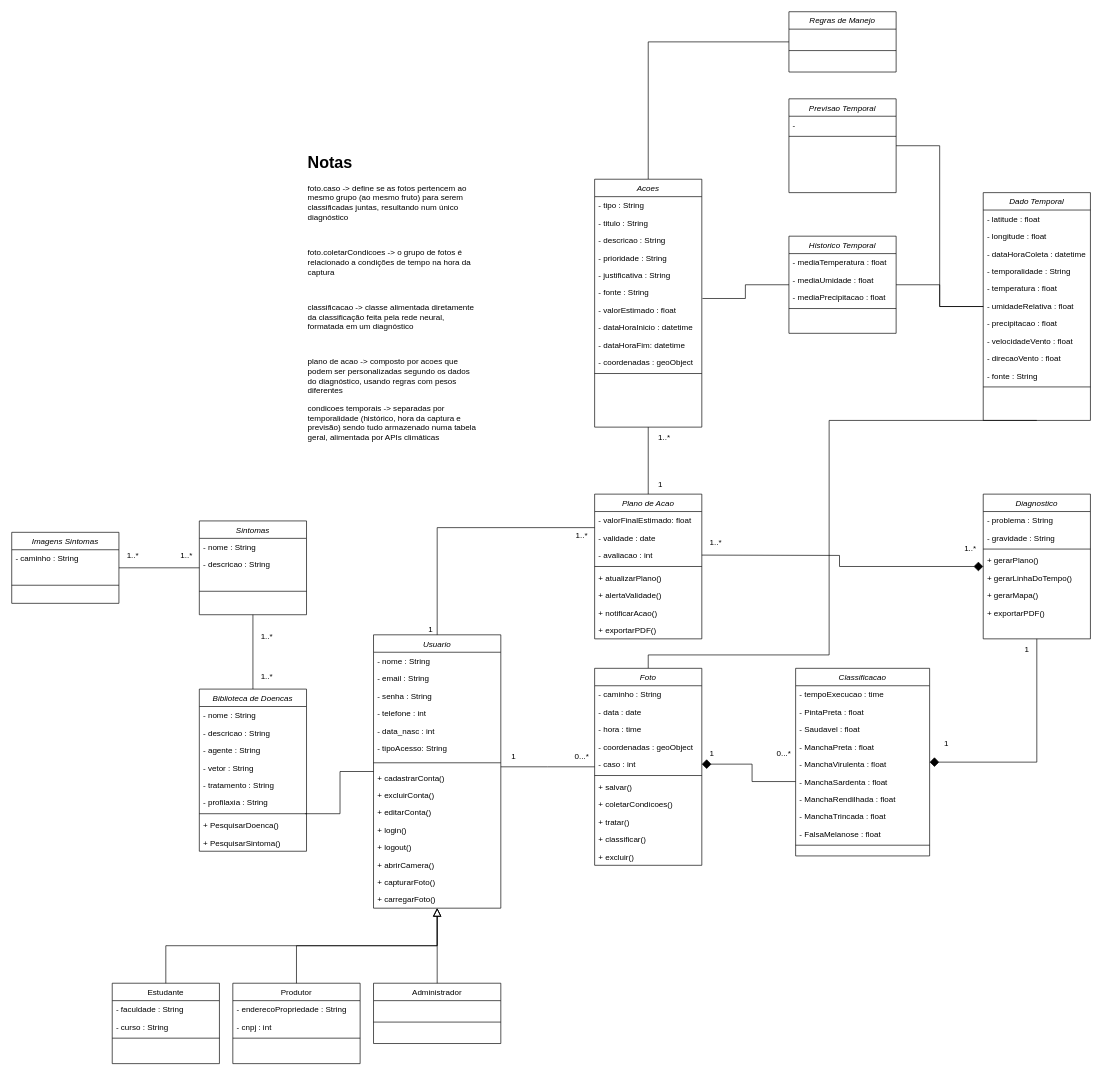
The draw.io diagram uml/classes_blackspot.drawio in guilhermexmada/pi-ponskan, before the edit. Source tidied: cells renumbered, new cells numbered last; positions are measured from the earlier drawing's top-left corner, leaving out a move shared by most shapes. Both pictures are drawn from the tidied source at 67%, with x=0, y=0 at pixel (11, 11).
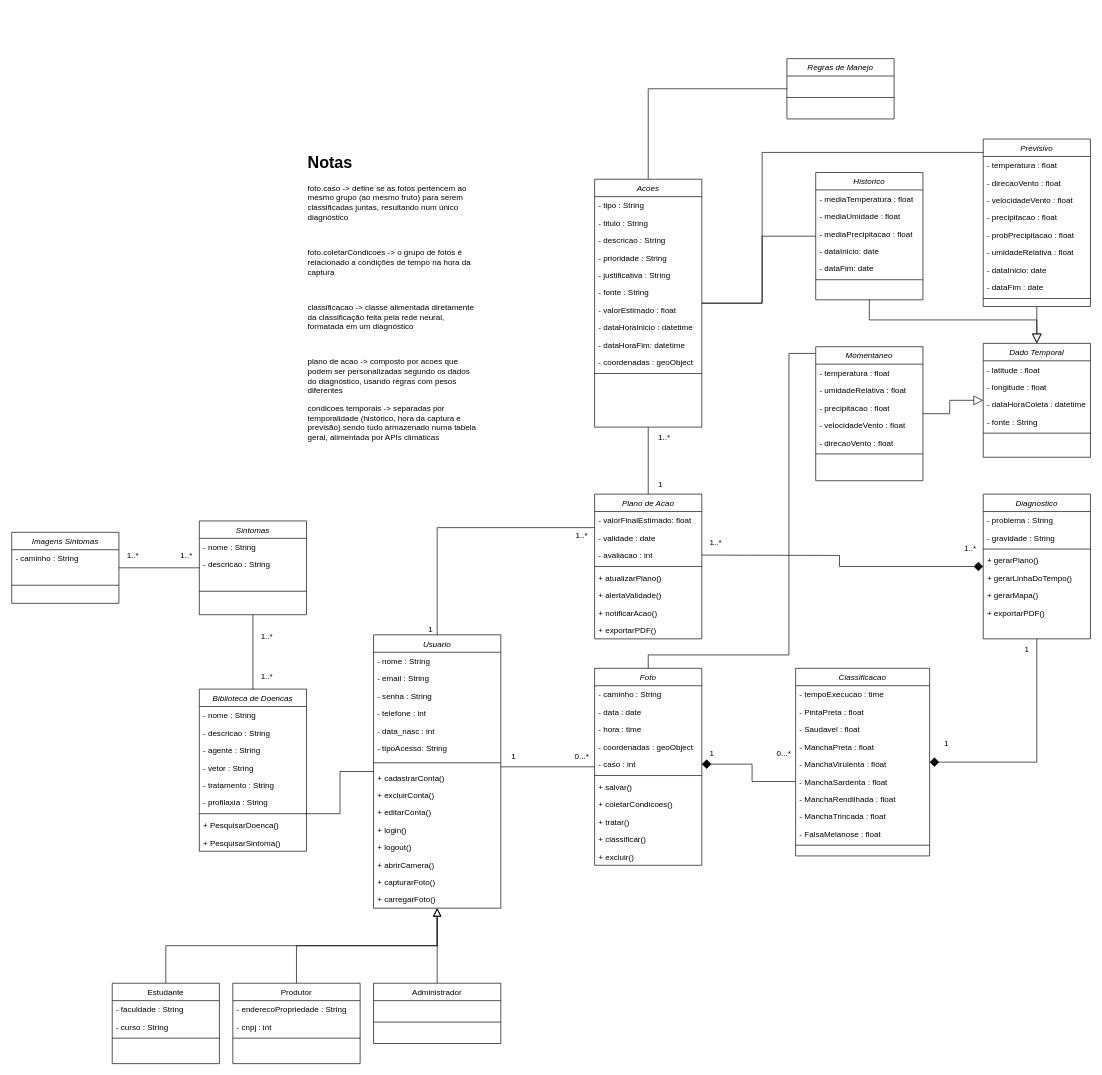
The same page after the edit.

The change refers to these unchanged cells:
```xml
<mxCell id="29" value="Foto" style="swimlane;fontStyle=2;align=center;verticalAlign=top;horizontal=1;startSize=26;rounded=0;shadow=0;strokeWidth=1;" parent="1" vertex="1">
  <mxGeometry x="870" y="980" width="160" height="294" as="geometry" />
</mxCell>
<mxCell id="86" value="Acoes" style="swimlane;fontStyle=2;align=center;verticalAlign=top;horizontal=1;startSize=26;rounded=0;shadow=0;strokeWidth=1;" parent="1" vertex="1">
  <mxGeometry x="870" y="250" width="160" height="370" as="geometry" />
</mxCell>
<mxCell id="92" value="- fonte : String" style="text;align=left;verticalAlign=top;spacingLeft=4;spacingRight=4;overflow=hidden;points=[[0,0.5],[1,0.5]];portConstraint=eastwest;" parent="86" vertex="1">
  <mxGeometry y="156" width="160" height="26" as="geometry" />
</mxCell>
```

Change to the diagram source:
```diff
@@
-    <mxCell id="28" style="edgeStyle=orthogonalEdgeStyle;rounded=0;jettySize=auto;html=1;entryX=0.5;entryY=1;entryDx=0;entryDy=0;endArrow=none;endFill=0;" parent="1" edge="1" source="29" target="99">
+    <mxCell id="28" style="edgeStyle=orthogonalEdgeStyle;rounded=0;jettySize=auto;html=1;endArrow=none;endFill=0;" parent="1" edge="1" source="29" target="166">
       <mxGeometry relative="1" as="geometry">
         <Array as="points">
           <mxPoint x="950" y="960" />
-          <mxPoint x="1220" y="960" />
+          <mxPoint x="1160" y="960" />
+          <mxPoint x="1160" y="510" />
         </Array>
       </mxGeometry>
     </mxCell>
@@
+    <mxCell id="153" style="edgeStyle=orthogonalEdgeStyle;rounded=0;jettySize=auto;html=1;endArrow=none;endFill=0;" parent="1" edge="1" source="86" target="162">
+      <mxGeometry relative="1" as="geometry">
+        <Array as="points">
+          <mxPoint x="1120" y="435" />
+          <mxPoint x="1120" y="335" />
+        </Array>
+      </mxGeometry>
+    </mxCell>
@@
-    <mxCell id="98" style="edgeStyle=orthogonalEdgeStyle;rounded=0;jettySize=auto;html=1;endArrow=none;endFill=0;" parent="1" edge="1" source="99" target="150">
-      <mxGeometry relative="1" as="geometry" />
-    </mxCell>
+    <mxCell id="154" style="edgeStyle=orthogonalEdgeStyle;rounded=0;jettySize=auto;html=1;endArrow=none;endFill=0;startArrow=block;startFill=0;strokeWidth=1;startSize=12;" parent="1" edge="1" source="99" target="166">
+      <mxGeometry relative="1" as="geometry" />
+    </mxCell>
     <mxCell id="99" value="Dado Temporal" style="swimlane;fontStyle=2;align=center;verticalAlign=top;horizontal=1;startSize=26;rounded=0;shadow=0;strokeWidth=1;" parent="1" vertex="1">
-      <mxGeometry x="1450" y="270" width="160" height="340" as="geometry" />
+      <mxGeometry x="1450" y="495" width="160" height="170" as="geometry" />
     </mxCell>
@@
-    <mxCell id="103" value="- temporalidade : String" style="text;align=left;verticalAlign=top;spacingLeft=4;spacingRight=4;overflow=hidden;" parent="99" vertex="1">
-      <mxGeometry y="104" width="160" height="26" as="geometry" />
-    </mxCell>
-    <mxCell id="104" value="- temperatura : float" style="text;align=left;verticalAlign=top;spacingLeft=4;spacingRight=4;overflow=hidden;" parent="99" vertex="1">
-      <mxGeometry y="130" width="160" height="26" as="geometry" />
-    </mxCell>
-    <mxCell id="105" value="- umidadeRelativa : float" style="text;align=left;verticalAlign=top;spacingLeft=4;spacingRight=4;overflow=hidden;" parent="99" vertex="1">
-      <mxGeometry y="156" width="160" height="26" as="geometry" />
-    </mxCell>
-    <mxCell id="106" value="- precipitacao : float" style="text;align=left;verticalAlign=top;spacingLeft=4;spacingRight=4;overflow=hidden;" parent="99" vertex="1">
-      <mxGeometry y="182" width="160" height="26" as="geometry" />
-    </mxCell>
-    <mxCell id="107" value="- velocidadeVento : float" style="text;align=left;verticalAlign=top;spacingLeft=4;spacingRight=4;overflow=hidden;" parent="99" vertex="1">
-      <mxGeometry y="208" width="160" height="26" as="geometry" />
-    </mxCell>
-    <mxCell id="108" value="- direcaoVento : float" style="text;align=left;verticalAlign=top;spacingLeft=4;spacingRight=4;overflow=hidden;" parent="99" vertex="1">
-      <mxGeometry y="234" width="160" height="26" as="geometry" />
-    </mxCell>
     <mxCell id="109" value="- fonte : String" style="text;align=left;verticalAlign=top;spacingLeft=4;spacingRight=4;overflow=hidden;" parent="99" vertex="1">
-      <mxGeometry y="260" width="160" height="26" as="geometry" />
+      <mxGeometry y="104" width="160" height="26" as="geometry" />
     </mxCell>
     <mxCell id="110" style="line;html=1;strokeWidth=1;align=left;verticalAlign=middle;spacingTop=-1;spacingLeft=3;spacingRight=3;labelPosition=right;" parent="99" vertex="1">
-      <mxGeometry y="286" width="160" height="8" as="geometry" />
+      <mxGeometry y="130" width="160" height="8" as="geometry" />
     </mxCell>
-    <mxCell id="111" style="edgeStyle=orthogonalEdgeStyle;rounded=0;jettySize=auto;html=1;entryX=1.006;entryY=0.846;entryDx=0;entryDy=0;entryPerimeter=0;endArrow=none;endFill=0;" parent="1" edge="1" source="145" target="92">
-      <mxGeometry relative="1" as="geometry" />
-    </mxCell>
@@
     <mxCell id="114" value="Regras de Manejo" style="swimlane;fontStyle=2;align=center;verticalAlign=top;horizontal=1;startSize=26;rounded=0;shadow=0;strokeWidth=1;" parent="1" vertex="1">
-      <mxGeometry x="1160" width="160" height="90" as="geometry" />
+      <mxGeometry x="1157" y="70" width="160" height="90" as="geometry" />
     </mxCell>
@@
-    <mxCell id="144" style="edgeStyle=orthogonalEdgeStyle;rounded=0;jettySize=auto;html=1;endArrow=none;endFill=0;" parent="1" edge="1" source="145" target="99">
-      <mxGeometry relative="1" as="geometry" />
-    </mxCell>
-    <mxCell id="145" value="Historico Temporal" style="swimlane;fontStyle=2;align=center;verticalAlign=top;horizontal=1;startSize=26;rounded=0;shadow=0;strokeWidth=1;" parent="1" vertex="1">
-      <mxGeometry x="1160" y="335" width="160" height="145" as="geometry" />
-    </mxCell>
+    <mxCell id="150" value="Previsivo" style="swimlane;fontStyle=2;align=center;verticalAlign=top;horizontal=1;startSize=26;rounded=0;shadow=0;strokeWidth=1;" parent="1" vertex="1">
+      <mxGeometry x="1450" y="190" width="160" height="250" as="geometry" />
+    </mxCell>
+    <mxCell id="155" value="- temperatura : float" style="text;align=left;verticalAlign=top;spacingLeft=4;spacingRight=4;overflow=hidden;" parent="150" vertex="1">
+      <mxGeometry y="26" width="160" height="26" as="geometry" />
+    </mxCell>
+    <mxCell id="156" value="- direcaoVento : float" style="text;align=left;verticalAlign=top;spacingLeft=4;spacingRight=4;overflow=hidden;" parent="150" vertex="1">
+      <mxGeometry y="52" width="160" height="26" as="geometry" />
+    </mxCell>
+    <mxCell id="157" value="- velocidadeVento : float" style="text;align=left;verticalAlign=top;spacingLeft=4;spacingRight=4;overflow=hidden;" parent="150" vertex="1">
+      <mxGeometry y="78" width="160" height="26" as="geometry" />
+    </mxCell>
+    <mxCell id="158" value="- precipitacao : float" style="text;align=left;verticalAlign=top;spacingLeft=4;spacingRight=4;overflow=hidden;" parent="150" vertex="1">
+      <mxGeometry y="104" width="160" height="26" as="geometry" />
+    </mxCell>
+    <mxCell id="159" value="- probPrecipitacao : float" style="text;align=left;verticalAlign=top;spacingLeft=4;spacingRight=4;overflow=hidden;" parent="150" vertex="1">
+      <mxGeometry y="130" width="160" height="26" as="geometry" />
+    </mxCell>
+    <mxCell id="105" value="- umidadeRelativa : float" style="text;align=left;verticalAlign=top;spacingLeft=4;spacingRight=4;overflow=hidden;" parent="150" vertex="1">
+      <mxGeometry y="156" width="160" height="26" as="geometry" />
+    </mxCell>
+    <mxCell id="160" value="- dataInicio: date" style="text;align=left;verticalAlign=top;spacingLeft=4;spacingRight=4;overflow=hidden;" parent="150" vertex="1">
+      <mxGeometry y="182" width="160" height="26" as="geometry" />
+    </mxCell>
+    <mxCell id="161" value="- dataFim : date" style="text;align=left;verticalAlign=top;spacingLeft=4;spacingRight=4;overflow=hidden;" parent="150" vertex="1">
+      <mxGeometry y="208" width="160" height="26" as="geometry" />
+    </mxCell>
+    <mxCell id="152" style="line;html=1;strokeWidth=1;align=left;verticalAlign=middle;spacingTop=-1;spacingLeft=3;spacingRight=3;labelPosition=right;" parent="150" vertex="1">
+      <mxGeometry y="234" width="160" height="8" as="geometry" />
+    </mxCell>
+    <mxCell id="162" value="Historico" style="swimlane;fontStyle=2;align=center;verticalAlign=top;horizontal=1;startSize=26;rounded=0;shadow=0;strokeWidth=1;" parent="1" vertex="1">
+      <mxGeometry x="1200" y="240" width="160" height="190" as="geometry" />
+    </mxCell>
-    <mxCell id="146" value="- mediaTemperatura : float" style="text;align=left;verticalAlign=top;spacingLeft=4;spacingRight=4;overflow=hidden;" parent="145" vertex="1">
+    <mxCell id="146" value="- mediaTemperatura : float" style="text;align=left;verticalAlign=top;spacingLeft=4;spacingRight=4;overflow=hidden;" parent="162" vertex="1">
       <mxGeometry y="26" width="160" height="26" as="geometry" />
     </mxCell>
-    <mxCell id="147" value="- mediaUmidade : float" style="text;align=left;verticalAlign=top;spacingLeft=4;spacingRight=4;overflow=hidden;" parent="145" vertex="1">
+    <mxCell id="147" value="- mediaUmidade : float" style="text;align=left;verticalAlign=top;spacingLeft=4;spacingRight=4;overflow=hidden;" parent="162" vertex="1">
       <mxGeometry y="52" width="160" height="26" as="geometry" />
     </mxCell>
-    <mxCell id="148" value="- mediaPrecipitacao : float" style="text;align=left;verticalAlign=top;spacingLeft=4;spacingRight=4;overflow=hidden;" parent="145" vertex="1">
+    <mxCell id="148" value="- mediaPrecipitacao : float" style="text;align=left;verticalAlign=top;spacingLeft=4;spacingRight=4;overflow=hidden;" parent="162" vertex="1">
       <mxGeometry y="78" width="160" height="26" as="geometry" />
     </mxCell>
-    <mxCell id="149" style="line;html=1;strokeWidth=1;align=left;verticalAlign=middle;spacingTop=-1;spacingLeft=3;spacingRight=3;labelPosition=right;" parent="145" vertex="1">
-      <mxGeometry y="104" width="160" height="8" as="geometry" />
-    </mxCell>
-    <mxCell id="150" value="Previsao Temporal" style="swimlane;fontStyle=2;align=center;verticalAlign=top;horizontal=1;startSize=26;rounded=0;shadow=0;strokeWidth=1;" parent="1" vertex="1">
-      <mxGeometry x="1160" y="130" width="160" height="140" as="geometry" />
-    </mxCell>
-    <mxCell id="151" value="-" style="text;align=left;verticalAlign=top;spacingLeft=4;spacingRight=4;overflow=hidden;" parent="150" vertex="1">
-      <mxGeometry y="26" width="160" height="26" as="geometry" />
-    </mxCell>
-    <mxCell id="152" style="line;html=1;strokeWidth=1;align=left;verticalAlign=middle;spacingTop=-1;spacingLeft=3;spacingRight=3;labelPosition=right;" parent="150" vertex="1">
-      <mxGeometry y="52" width="160" height="8" as="geometry" />
-    </mxCell>
+    <mxCell id="163" value="- dataInicio: date" style="text;align=left;verticalAlign=top;spacingLeft=4;spacingRight=4;overflow=hidden;" parent="162" vertex="1">
+      <mxGeometry y="104" width="160" height="26" as="geometry" />
+    </mxCell>
+    <mxCell id="164" value="- dataFim: date" style="text;align=left;verticalAlign=top;spacingLeft=4;spacingRight=4;overflow=hidden;" parent="162" vertex="1">
+      <mxGeometry y="130" width="160" height="26" as="geometry" />
+    </mxCell>
+    <mxCell id="165" style="line;html=1;strokeWidth=1;align=left;verticalAlign=middle;spacingTop=-1;spacingLeft=3;spacingRight=3;labelPosition=right;" parent="162" vertex="1">
+      <mxGeometry y="156" width="160" height="8" as="geometry" />
+    </mxCell>
+    <mxCell id="166" value="Momentaneo" style="swimlane;fontStyle=2;align=center;verticalAlign=top;horizontal=1;startSize=26;rounded=0;shadow=0;strokeWidth=1;" parent="1" vertex="1">
+      <mxGeometry x="1200" y="500" width="160" height="200" as="geometry" />
+    </mxCell>
+    <mxCell id="167" value="- temperatura : float" style="text;align=left;verticalAlign=top;spacingLeft=4;spacingRight=4;overflow=hidden;" parent="166" vertex="1">
+      <mxGeometry y="26" width="160" height="26" as="geometry" />
+    </mxCell>
+    <mxCell id="168" value="- umidadeRelativa : float" style="text;align=left;verticalAlign=top;spacingLeft=4;spacingRight=4;overflow=hidden;" parent="166" vertex="1">
+      <mxGeometry y="52" width="160" height="26" as="geometry" />
+    </mxCell>
+    <mxCell id="169" value="- precipitacao : float" style="text;align=left;verticalAlign=top;spacingLeft=4;spacingRight=4;overflow=hidden;" parent="166" vertex="1">
+      <mxGeometry y="78" width="160" height="26" as="geometry" />
+    </mxCell>
+    <mxCell id="170" value="- velocidadeVento : float" style="text;align=left;verticalAlign=top;spacingLeft=4;spacingRight=4;overflow=hidden;" parent="166" vertex="1">
+      <mxGeometry y="104" width="160" height="26" as="geometry" />
+    </mxCell>
+    <mxCell id="171" value="- direcaoVento : float" style="text;align=left;verticalAlign=top;spacingLeft=4;spacingRight=4;overflow=hidden;" parent="166" vertex="1">
+      <mxGeometry y="130" width="160" height="26" as="geometry" />
+    </mxCell>
+    <mxCell id="172" style="line;html=1;strokeWidth=1;align=left;verticalAlign=middle;spacingTop=-1;spacingLeft=3;spacingRight=3;labelPosition=right;" parent="166" vertex="1">
+      <mxGeometry y="156" width="160" height="8" as="geometry" />
+    </mxCell>
+    <mxCell id="173" style="edgeStyle=orthogonalEdgeStyle;rounded=0;jettySize=auto;html=1;endArrow=none;endFill=0;startArrow=block;startFill=0;strokeWidth=1;startSize=12;" parent="1" edge="1" source="99" target="162">
+      <mxGeometry relative="1" as="geometry">
+        <Array as="points">
+          <mxPoint x="1530" y="460" />
+          <mxPoint x="1280" y="460" />
+        </Array>
+      </mxGeometry>
+    </mxCell>
+    <mxCell id="98" style="edgeStyle=orthogonalEdgeStyle;rounded=0;jettySize=auto;html=1;endArrow=none;endFill=0;startArrow=block;startFill=0;strokeWidth=1;startSize=12;" parent="1" edge="1" source="99" target="150">
+      <mxGeometry relative="1" as="geometry" />
+    </mxCell>
+    <mxCell id="174" style="edgeStyle=orthogonalEdgeStyle;rounded=0;jettySize=auto;html=1;endArrow=none;endFill=0;" parent="1" edge="1" source="86" target="150">
+      <mxGeometry relative="1" as="geometry">
+        <Array as="points">
+          <mxPoint x="1120" y="435" />
+          <mxPoint x="1120" y="210" />
+        </Array>
+      </mxGeometry>
+    </mxCell>
```
